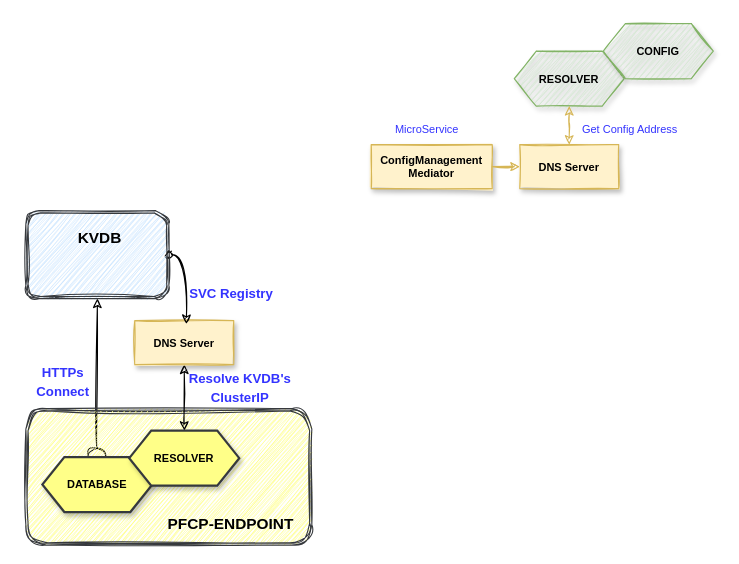
This is page "Database" (2 of 3) of External_submodule.drawio from SunLucc/Test, a draw.io file, before an edit. Source tidied: cells renumbered, new cells numbered last; positions are measured from the earlier drawing's top-left corner, leaving out a move shared by most shapes. Both pictures are drawn from the tidied source at 110%, with x=0, y=0 at pixel (19, 23).
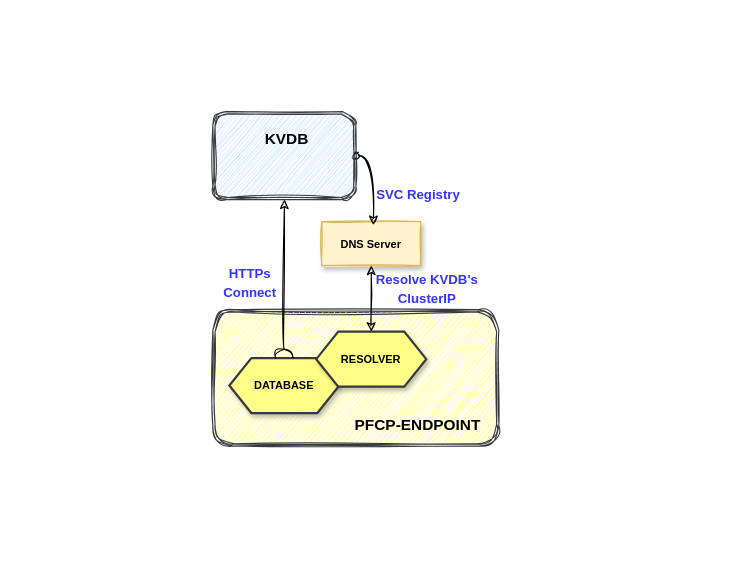
After the change.

The edit, as a diff of the source:
```diff
@@
-    <mxCell id="2" style="edgeStyle=orthogonalEdgeStyle;curved=1;sketch=1;jettySize=auto;html=1;exitX=0.5;exitY=0;exitDx=0;exitDy=0;entryX=0.5;entryY=1;entryDx=0;entryDy=0;fontSize=14;fontColor=#000000;startArrow=halfCircle;startFill=0;endArrow=classic;endFill=1;" parent="1" edge="1" source="12" target="17">
-      <mxGeometry relative="1" as="geometry" />
-    </mxCell>
+    <mxCell id="23" style="group;" parent="1" vertex="1">
+      <mxGeometry x="170" y="80" width="266" height="304" as="geometry" />
+    </mxCell>
-    <mxCell id="3" style="shape=ext;double=1;rounded=1;whiteSpace=wrap;html=1;shadow=0;sketch=1;fillStyle=hachure;fontSize=14;fillColor=#ffff88;curveFitting=1;jiggle=2;strokeColor=#36393d;" parent="1" vertex="1">
-      <mxGeometry x="6" y="350" width="260" height="124" as="geometry" />
+    <mxCell id="3" style="shape=ext;double=1;rounded=1;whiteSpace=wrap;html=1;shadow=0;sketch=1;fillStyle=hachure;fontSize=14;fillColor=#ffff88;curveFitting=1;jiggle=2;strokeColor=#36393d;" parent="23" vertex="1">
+      <mxGeometry x="6" y="180" width="260" height="124" as="geometry" />
     </mxCell>
-    <mxCell id="4" value="&lt;b style=&quot;font-size: 10px;&quot;&gt;RESOLVER&lt;/b&gt;" style="shape=hexagon;perimeter=hexagonPerimeter2;whiteSpace=wrap;html=1;fixedSize=1;fillStyle=zigzag;fillColor=#d5e8d4;strokeColor=#82b366;fontSize=10;rounded=0;shadow=1;sketch=1;" parent="1" vertex="1">
-      <mxGeometry x="450" y="25" width="100" height="50" as="geometry" />
-    </mxCell>
-    <mxCell id="5" value="&lt;b style=&quot;font-size: 10px;&quot;&gt;CONFIG&lt;/b&gt;" style="shape=hexagon;perimeter=hexagonPerimeter2;whiteSpace=wrap;html=1;fixedSize=1;fillStyle=zigzag;fillColor=#d5e8d4;strokeColor=#82b366;fontSize=10;rounded=0;shadow=1;sketch=1;" parent="1" vertex="1">
-      <mxGeometry x="531" width="100" height="50" as="geometry" />
-    </mxCell>
-    <mxCell id="6" value="&lt;b&gt;DNS Server&lt;/b&gt;" style="whiteSpace=wrap;html=1;fontSize=10;fillColor=#fff2cc;strokeColor=#d6b656;fillStyle=solid;rounded=0;shadow=1;sketch=1;" parent="1" vertex="1">
-      <mxGeometry x="455" y="110" width="90" height="40" as="geometry" />
-    </mxCell>
-    <mxCell id="7" style="edgeStyle=orthogonalEdgeStyle;rounded=0;jettySize=auto;html=1;fontSize=10;fillColor=#fff2cc;strokeColor=#d6b656;sketch=1;startArrow=classic;startFill=1;" parent="1" edge="1" source="4" target="6">
-      <mxGeometry relative="1" as="geometry" />
-    </mxCell>
-    <mxCell id="8" value="&lt;b&gt;ConfigManagement&lt;br&gt;Mediator&lt;/b&gt;" style="whiteSpace=wrap;html=1;fontSize=10;fillColor=#fff2cc;strokeColor=#d6b656;fillStyle=solid;rounded=0;shadow=1;sketch=1;" parent="1" vertex="1">
-      <mxGeometry x="320" y="110" width="110" height="40" as="geometry" />
-    </mxCell>
-    <mxCell id="9" style="edgeStyle=orthogonalEdgeStyle;rounded=0;jettySize=auto;html=1;fontSize=10;fillColor=#fff2cc;strokeColor=#d6b656;sketch=1;endArrow=none;endFill=0;startArrow=classic;startFill=1;" parent="1" edge="1" source="6" target="8">
-      <mxGeometry relative="1" as="geometry" />
-    </mxCell>
-    <mxCell id="10" value="&lt;font style=&quot;font-size: 10px;&quot;&gt;Get Config Address&lt;/font&gt;" style="text;html=1;strokeColor=none;fillColor=none;align=left;verticalAlign=middle;whiteSpace=wrap;rounded=0;shadow=0;dashed=0;labelBackgroundColor=none;sketch=0;fillStyle=cross-hatch;fontFamily=Helvetica;fontSize=14;fontColor=#3333FF;strokeWidth=6;" parent="1" vertex="1">
-      <mxGeometry x="510" y="80" width="100" height="30" as="geometry" />
-    </mxCell>
-    <mxCell id="11" value="&lt;font style=&quot;font-size: 10px;&quot;&gt;MicroService&lt;/font&gt;" style="text;html=1;strokeColor=none;fillColor=none;align=left;verticalAlign=middle;whiteSpace=wrap;rounded=0;shadow=0;dashed=0;labelBackgroundColor=none;sketch=0;fillStyle=cross-hatch;fontFamily=Helvetica;fontSize=14;fontColor=#3333FF;strokeWidth=6;" parent="1" vertex="1">
-      <mxGeometry x="340" y="80" width="60" height="30" as="geometry" />
-    </mxCell>
-    <mxCell id="12" value="&lt;b style=&quot;font-size: 10px;&quot;&gt;DATABASE&lt;/b&gt;" style="shape=hexagon;perimeter=hexagonPerimeter2;whiteSpace=wrap;html=1;fixedSize=1;fillStyle=solid;fillColor=#ffff88;strokeColor=#36393d;fontSize=10;rounded=0;shadow=1;strokeWidth=2;" parent="1" vertex="1">
-      <mxGeometry x="21" y="394" width="100" height="50" as="geometry" />
+    <mxCell id="12" value="&lt;b style=&quot;font-size: 10px;&quot;&gt;DATABASE&lt;/b&gt;" style="shape=hexagon;perimeter=hexagonPerimeter2;whiteSpace=wrap;html=1;fixedSize=1;fillStyle=solid;fillColor=#ffff88;strokeColor=#36393d;fontSize=10;rounded=0;shadow=1;strokeWidth=2;" parent="23" vertex="1">
+      <mxGeometry x="21" y="224" width="100" height="50" as="geometry" />
     </mxCell>
-    <mxCell id="13" style="edgeStyle=orthogonalEdgeStyle;curved=1;sketch=1;jettySize=auto;html=1;exitX=0.5;exitY=0;exitDx=0;exitDy=0;entryX=0.5;entryY=1;entryDx=0;entryDy=0;fontSize=14;fontColor=#000000;startArrow=classic;startFill=1;endArrow=classic;endFill=1;" parent="1" edge="1" source="14" target="15">
-      <mxGeometry relative="1" as="geometry" />
-    </mxCell>
-    <mxCell id="14" value="&lt;b style=&quot;font-size: 10px;&quot;&gt;RESOLVER&lt;/b&gt;" style="shape=hexagon;perimeter=hexagonPerimeter2;whiteSpace=wrap;html=1;fixedSize=1;fillStyle=solid;fillColor=#ffff88;strokeColor=#36393d;fontSize=10;rounded=0;shadow=1;strokeWidth=2;" parent="1" vertex="1">
-      <mxGeometry x="100" y="370" width="100" height="50" as="geometry" />
+    <mxCell id="14" value="&lt;b style=&quot;font-size: 10px;&quot;&gt;RESOLVER&lt;/b&gt;" style="shape=hexagon;perimeter=hexagonPerimeter2;whiteSpace=wrap;html=1;fixedSize=1;fillStyle=solid;fillColor=#ffff88;strokeColor=#36393d;fontSize=10;rounded=0;shadow=1;strokeWidth=2;" parent="23" vertex="1">
+      <mxGeometry x="100" y="200" width="100" height="50" as="geometry" />
     </mxCell>
-    <mxCell id="15" value="&lt;b&gt;DNS Server&lt;/b&gt;" style="whiteSpace=wrap;html=1;fontSize=10;fillColor=#fff2cc;strokeColor=#d6b656;fillStyle=solid;rounded=0;shadow=1;sketch=1;" parent="1" vertex="1">
-      <mxGeometry x="105" y="270" width="90" height="40" as="geometry" />
+    <mxCell id="15" value="&lt;b&gt;DNS Server&lt;/b&gt;" style="whiteSpace=wrap;html=1;fontSize=10;fillColor=#fff2cc;strokeColor=#d6b656;fillStyle=solid;rounded=0;shadow=1;sketch=1;" parent="23" vertex="1">
+      <mxGeometry x="105" y="100" width="90" height="40" as="geometry" />
     </mxCell>
+    <mxCell id="13" style="edgeStyle=orthogonalEdgeStyle;curved=1;sketch=1;jettySize=auto;html=1;exitX=0.5;exitY=0;exitDx=0;exitDy=0;entryX=0.5;entryY=1;entryDx=0;entryDy=0;fontSize=14;fontColor=#000000;startArrow=classic;startFill=1;endArrow=classic;endFill=1;" parent="23" edge="1" source="14" target="15">
+      <mxGeometry relative="1" as="geometry" />
+    </mxCell>
-    <mxCell id="16" style="edgeStyle=orthogonalEdgeStyle;curved=1;sketch=1;jettySize=auto;html=1;exitX=1;exitY=0.5;exitDx=0;exitDy=0;entryX=0.522;entryY=0.075;entryDx=0;entryDy=0;fontSize=14;fontColor=#000000;startArrow=oval;startFill=0;endArrow=classic;endFill=1;entryPerimeter=0;" parent="1" edge="1" source="17" target="15">
+    <mxCell id="16" style="edgeStyle=orthogonalEdgeStyle;curved=1;sketch=1;jettySize=auto;html=1;exitX=1;exitY=0.5;exitDx=0;exitDy=0;entryX=0.522;entryY=0.075;entryDx=0;entryDy=0;fontSize=14;fontColor=#000000;startArrow=oval;startFill=0;endArrow=classic;endFill=1;entryPerimeter=0;" parent="23" edge="1" source="17" target="15">
       <mxGeometry relative="1" as="geometry">
         <Array as="points">
-          <mxPoint x="152" y="210" />
+          <mxPoint x="152" y="40" />
         </Array>
       </mxGeometry>
     </mxCell>
-    <mxCell id="17" style="shape=ext;double=1;rounded=1;whiteSpace=wrap;html=1;shadow=0;sketch=1;fillStyle=hachure;fontSize=14;fillColor=#cce5ff;curveFitting=1;jiggle=2;strokeColor=#36393d;" parent="1" vertex="1">
-      <mxGeometry x="6" y="170" width="130" height="80" as="geometry" />
+    <mxCell id="17" style="shape=ext;double=1;rounded=1;whiteSpace=wrap;html=1;shadow=0;sketch=1;fillStyle=hachure;fontSize=14;fillColor=#cce5ff;curveFitting=1;jiggle=2;strokeColor=#36393d;" parent="23" vertex="1">
+      <mxGeometry x="6" width="130" height="80" as="geometry" />
     </mxCell>
+    <mxCell id="2" style="edgeStyle=orthogonalEdgeStyle;curved=1;sketch=1;jettySize=auto;html=1;exitX=0.5;exitY=0;exitDx=0;exitDy=0;entryX=0.5;entryY=1;entryDx=0;entryDy=0;fontSize=14;fontColor=#000000;startArrow=halfCircle;startFill=0;endArrow=classic;endFill=1;" parent="23" edge="1" source="12" target="17">
+      <mxGeometry relative="1" as="geometry" />
+    </mxCell>
-    <mxCell id="18" value="&lt;b&gt;PFCP-ENDPOINT&lt;/b&gt;" style="text;html=1;strokeColor=none;fillColor=none;align=center;verticalAlign=middle;whiteSpace=wrap;rounded=0;shadow=0;sketch=1;fillStyle=hachure;fontSize=14;fontColor=#000000;" parent="1" vertex="1">
-      <mxGeometry x="130" y="440" width="125" height="30" as="geometry" />
+    <mxCell id="18" value="&lt;b&gt;PFCP-ENDPOINT&lt;/b&gt;" style="text;html=1;strokeColor=none;fillColor=none;align=center;verticalAlign=middle;whiteSpace=wrap;rounded=0;shadow=0;sketch=1;fillStyle=hachure;fontSize=14;fontColor=#000000;" parent="23" vertex="1">
+      <mxGeometry x="130" y="270" width="125" height="30" as="geometry" />
     </mxCell>
-    <mxCell id="19" value="&lt;b&gt;KVDB&lt;/b&gt;" style="text;html=1;strokeColor=none;fillColor=none;align=center;verticalAlign=middle;whiteSpace=wrap;rounded=0;shadow=0;sketch=1;fillStyle=hachure;fontSize=14;fontColor=#000000;" parent="1" vertex="1">
-      <mxGeometry x="11" y="180" width="125" height="30" as="geometry" />
+    <mxCell id="19" value="&lt;b&gt;KVDB&lt;/b&gt;" style="text;html=1;strokeColor=none;fillColor=none;align=center;verticalAlign=middle;whiteSpace=wrap;rounded=0;shadow=0;sketch=1;fillStyle=hachure;fontSize=14;fontColor=#000000;" parent="23" vertex="1">
+      <mxGeometry x="11" y="10" width="125" height="30" as="geometry" />
     </mxCell>
-    <mxCell id="20" value="&lt;font style=&quot;font-size: 12px;&quot;&gt;SVC Registry&lt;/font&gt;" style="text;html=1;strokeColor=none;fillColor=none;align=center;verticalAlign=middle;whiteSpace=wrap;rounded=0;shadow=0;dashed=0;labelBackgroundColor=none;sketch=0;fillStyle=cross-hatch;fontFamily=Helvetica;fontSize=14;fontColor=#3333FF;fontStyle=1;" parent="1" vertex="1">
-      <mxGeometry x="152.5" y="230" width="80" height="30" as="geometry" />
+    <mxCell id="20" value="&lt;font style=&quot;font-size: 12px;&quot;&gt;SVC Registry&lt;/font&gt;" style="text;html=1;strokeColor=none;fillColor=none;align=center;verticalAlign=middle;whiteSpace=wrap;rounded=0;shadow=0;dashed=0;labelBackgroundColor=none;sketch=0;fillStyle=cross-hatch;fontFamily=Helvetica;fontSize=14;fontColor=#3333FF;fontStyle=1;" parent="23" vertex="1">
+      <mxGeometry x="152.5" y="60" width="80" height="30" as="geometry" />
     </mxCell>
-    <mxCell id="21" value="&lt;span style=&quot;font-size: 12px;&quot;&gt;Resolve KVDB's ClusterIP&lt;/span&gt;" style="text;html=1;strokeColor=none;fillColor=none;align=center;verticalAlign=middle;whiteSpace=wrap;rounded=0;shadow=0;dashed=0;labelBackgroundColor=none;sketch=0;fillStyle=cross-hatch;fontFamily=Helvetica;fontSize=14;fontColor=#3333FF;fontStyle=1;" parent="1" vertex="1">
-      <mxGeometry x="146.5" y="315" width="107.5" height="30" as="geometry" />
+    <mxCell id="21" value="&lt;span style=&quot;font-size: 12px;&quot;&gt;Resolve KVDB's ClusterIP&lt;/span&gt;" style="text;html=1;strokeColor=none;fillColor=none;align=center;verticalAlign=middle;whiteSpace=wrap;rounded=0;shadow=0;dashed=0;labelBackgroundColor=none;sketch=0;fillStyle=cross-hatch;fontFamily=Helvetica;fontSize=14;fontColor=#3333FF;fontStyle=1;" parent="23" vertex="1">
+      <mxGeometry x="146.5" y="145" width="107.5" height="30" as="geometry" />
     </mxCell>
-    <mxCell id="22" value="&lt;font style=&quot;font-size: 12px;&quot;&gt;HTTPs Connect&lt;/font&gt;" style="text;html=1;strokeColor=none;fillColor=none;align=center;verticalAlign=middle;whiteSpace=wrap;rounded=0;shadow=0;dashed=0;labelBackgroundColor=none;sketch=0;fillStyle=cross-hatch;fontFamily=Helvetica;fontSize=14;fontColor=#3333FF;fontStyle=1;" parent="1" vertex="1">
-      <mxGeometry y="310" width="80" height="30" as="geometry" />
+    <mxCell id="22" value="&lt;font style=&quot;font-size: 12px;&quot;&gt;HTTPs Connect&lt;/font&gt;" style="text;html=1;strokeColor=none;fillColor=none;align=center;verticalAlign=middle;whiteSpace=wrap;rounded=0;shadow=0;dashed=0;labelBackgroundColor=none;sketch=0;fillStyle=cross-hatch;fontFamily=Helvetica;fontSize=14;fontColor=#3333FF;fontStyle=1;" parent="23" vertex="1">
+      <mxGeometry y="140" width="80" height="30" as="geometry" />
     </mxCell>
```
